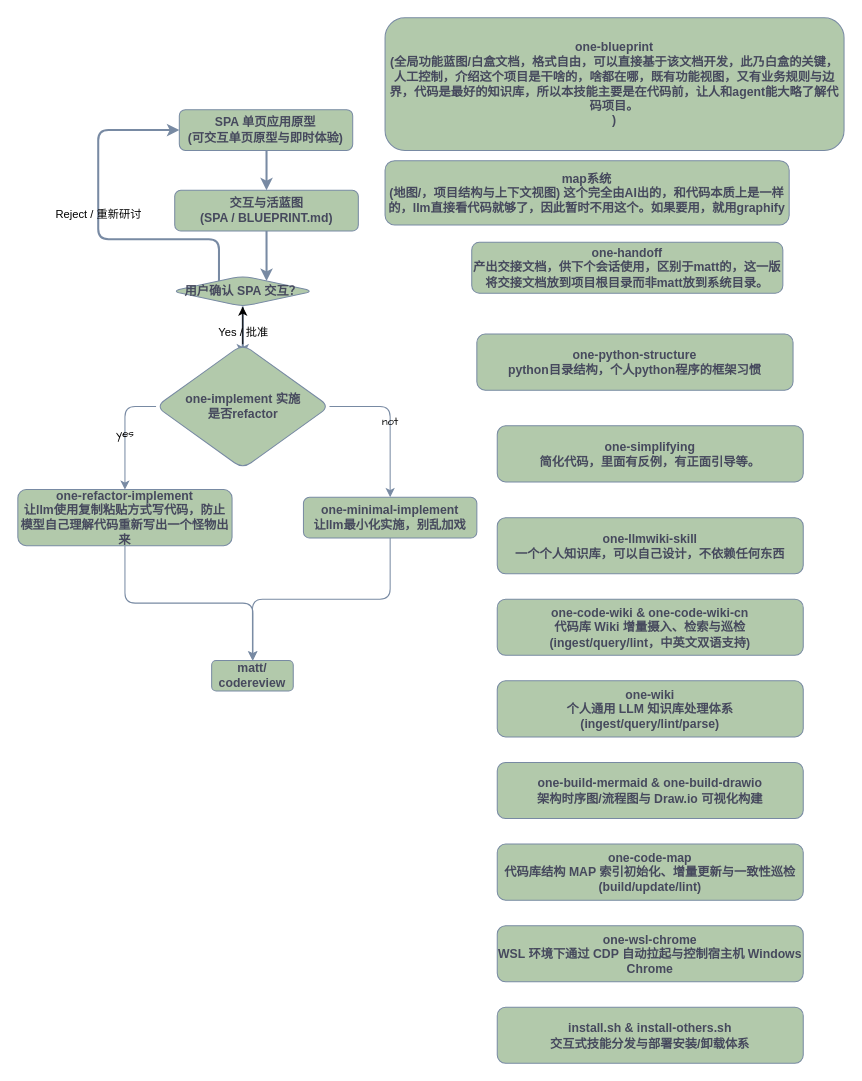
wupengbo125/one-skills keeps this draw.io diagram as skills.drawio. Above is the earlier version. Source tidied: cells renumbered, new cells numbered last; positions are measured from the earlier drawing's top-left corner, leaving out a move shared by most shapes. Both pictures are drawn from the tidied source at 102%, with x=0, y=0 at pixel (17, 17).
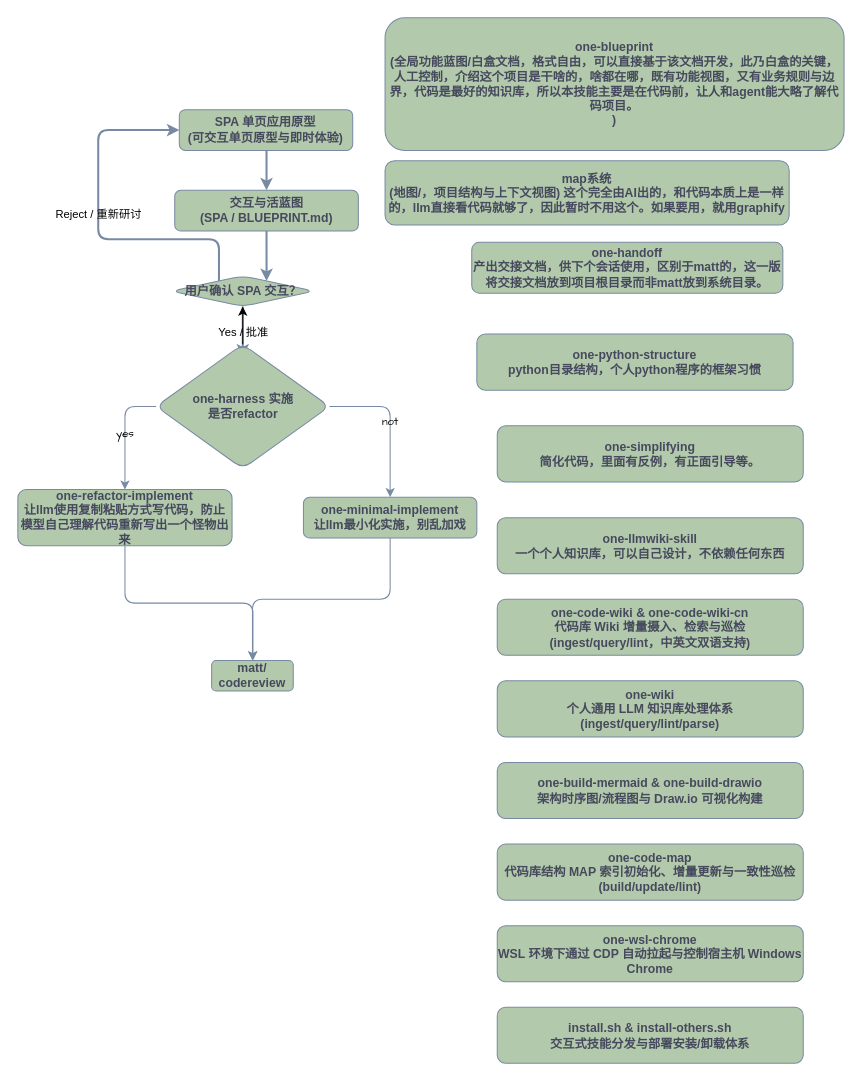
The same diagram, later.

Commit message (it also covers changes not shown here):
feat: one-daily-mindset 迁出 hermes 归位轻Skill，同步 one-harness 重命名

Change to the diagram source:
```diff
@@
-    <mxCell id="15" value="one-implement 实施&lt;div&gt;是否refactor&lt;/div&gt;" style="rhombus;whiteSpace=wrap;html=1;fillColor=#B2C9AB;strokeColor=#788AA3;fontStyle=1;labelBackgroundColor=none;fontColor=#46495D;rounded=1;" parent="1" vertex="1">
+    <mxCell id="15" value="one-harness 实施&lt;div&gt;是否refactor&lt;/div&gt;" style="rhombus;whiteSpace=wrap;html=1;fillColor=#B2C9AB;strokeColor=#788AA3;fontStyle=1;labelBackgroundColor=none;fontColor=#46495D;rounded=1;" parent="1" vertex="1">
       <mxGeometry x="135.5" y="320" width="170" height="122" as="geometry" />
     </mxCell>
```
